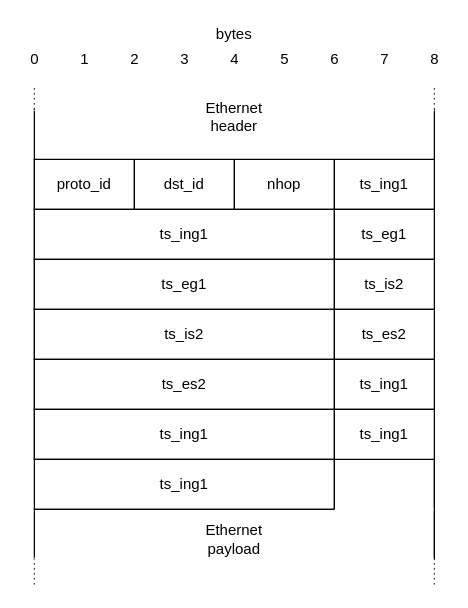
Before: page "Header_myTunnel" (2 of 5) of misc/thesis.drawio in alsadiamir/p4Thesis2021, a draw.io diagram. Source tidied: cells renumbered, new cells numbered last; positions are measured from the earlier drawing's top-left corner, leaving out a move shared by most shapes. Both pictures are drawn from the tidied source at 125%, with x=0, y=0 at pixel (21, 21).
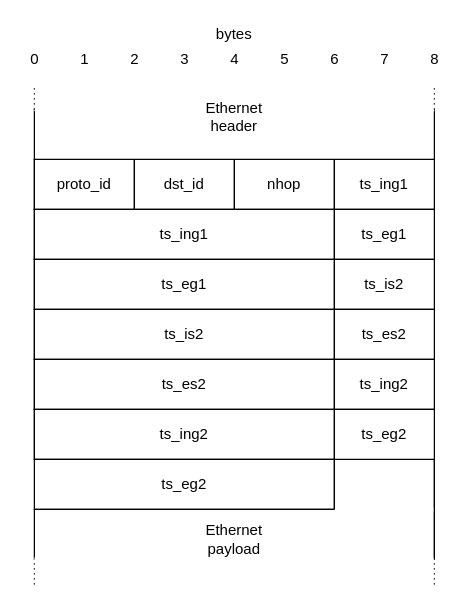
After the change.

The edit, as a diff of the source:
```diff
@@
-    <mxCell id="21" value="ts_ing1" style="rounded=0;whiteSpace=wrap;html=1;" parent="1" vertex="1">
+    <mxCell id="21" value="ts_ing2" style="rounded=0;whiteSpace=wrap;html=1;" parent="1" vertex="1">
       <mxGeometry x="250" y="270" width="80" height="40" as="geometry" />
     </mxCell>
-    <mxCell id="22" value="ts_ing1" style="rounded=0;whiteSpace=wrap;html=1;" parent="1" vertex="1">
+    <mxCell id="22" value="ts_ing2" style="rounded=0;whiteSpace=wrap;html=1;" parent="1" vertex="1">
       <mxGeometry x="10" y="310" width="240" height="40" as="geometry" />
     </mxCell>
-    <mxCell id="23" value="ts_ing1" style="rounded=0;whiteSpace=wrap;html=1;" parent="1" vertex="1">
+    <mxCell id="23" value="ts_eg2" style="rounded=0;whiteSpace=wrap;html=1;" parent="1" vertex="1">
       <mxGeometry x="250" y="310" width="80" height="40" as="geometry" />
     </mxCell>
-    <mxCell id="24" value="ts_ing1" style="rounded=0;whiteSpace=wrap;html=1;" parent="1" vertex="1">
+    <mxCell id="24" value="ts_eg2" style="rounded=0;whiteSpace=wrap;html=1;" parent="1" vertex="1">
       <mxGeometry x="10" y="350" width="240" height="40" as="geometry" />
     </mxCell>
```
